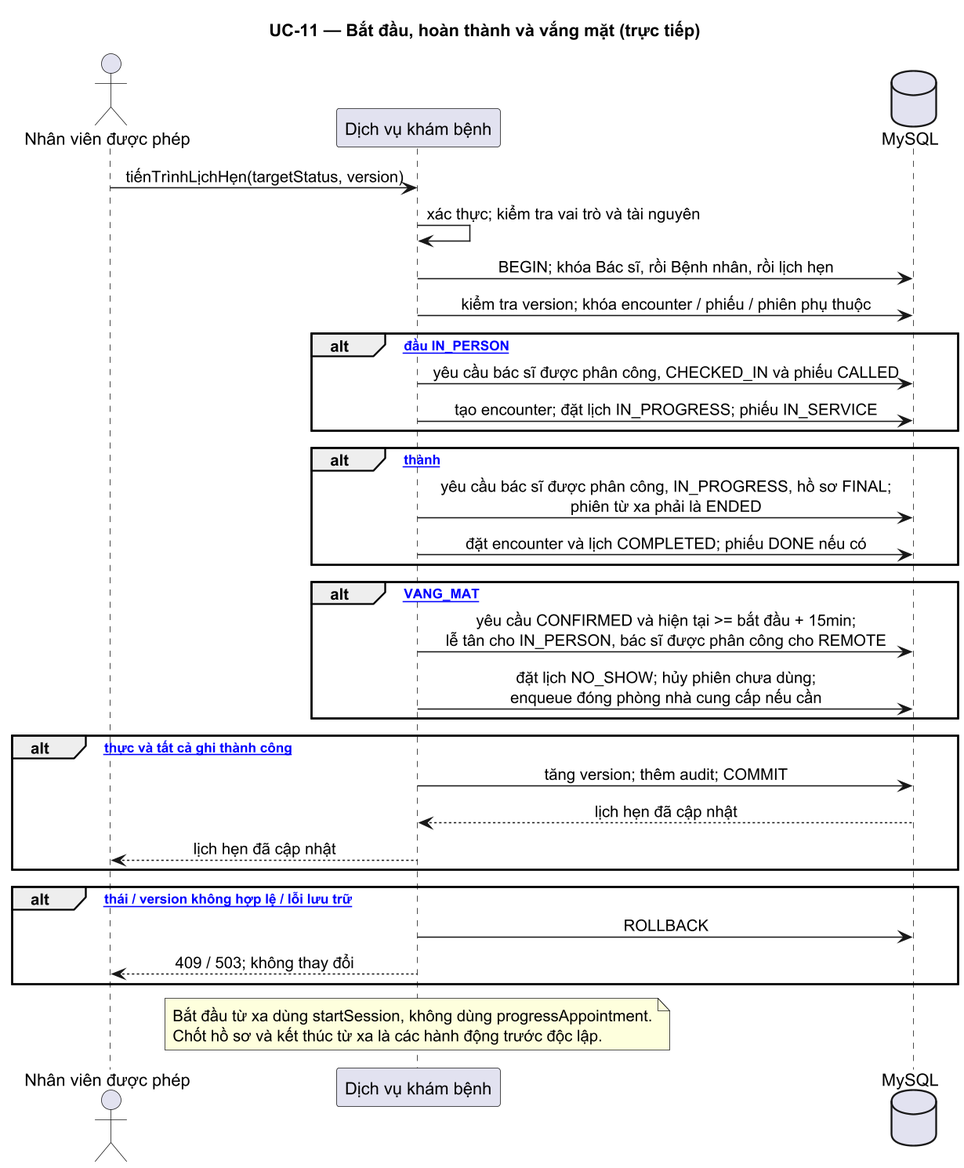
Above: docs/design/sequence-diagrams/consultation-progress.png in Samie32/SE-project (PlantUML), before the change. Source of this version:
```plantuml
@startuml consultation-progress
title UC-11 — Bắt đầu, hoàn thành và vắng mặt (trực tiếp)

skinparam sequenceMessageAlign center
skinparam responseMessageBelowArrow true
skinparam ParticipantPadding 10
skinparam BoxPadding 8
skinparam dpi 150

actor       "Nhân viên được phép"   as S
participant "Dịch vụ khám bệnh"    as SVC
database    "MySQL"                 as DB

S -> SVC : tiếnTrìnhLịchHẹn(targetStatus, version)
SVC -> SVC : xác thực; kiểm tra vai trò và tài nguyên
SVC -> DB : BEGIN; khóa Bác sĩ, rồi Bệnh nhân, rồi lịch hẹn
SVC -> DB : kiểm tra version; khóa encounter / phiếu / phiên phụ thuộc

alt [bắt đầu IN_PERSON]
  SVC -> DB : yêu cầu bác sĩ được phân công, CHECKED_IN và phiếu CALLED
  SVC -> DB : tạo encounter; đặt lịch IN_PROGRESS; phiếu IN_SERVICE
end

alt [hoàn thành]
  SVC -> DB : yêu cầu bác sĩ được phân công, IN_PROGRESS, hồ sơ FINAL;\nphiên từ xa phải là ENDED
  SVC -> DB : đặt encounter và lịch COMPLETED; phiếu DONE nếu có
end

alt [VANG_MAT]
  SVC -> DB : yêu cầu CONFIRMED và hiện tại >= bắt đầu + 15min;\nlễ tân cho IN_PERSON, bác sĩ được phân công cho REMOTE
  SVC -> DB : đặt lịch NO_SHOW; hủy phiên chưa dùng;\nenqueue đóng phòng nhà cung cấp nếu cần
end

alt [xác thực và tất cả ghi thành công]
  SVC -> DB : tăng version; thêm audit; COMMIT
  DB --> SVC : lịch hẹn đã cập nhật
  SVC --> S : lịch hẹn đã cập nhật
end

alt [trạng thái / version không hợp lệ / lỗi lưu trữ]
  SVC -> DB : ROLLBACK
  SVC --> S : 409 / 503; không thay đổi
end

note over SVC
  Bắt đầu từ xa dùng startSession, không dùng progressAppointment.
  Chốt hồ sơ và kết thúc từ xa là các hành động trước độc lập.
end note

@enduml
```
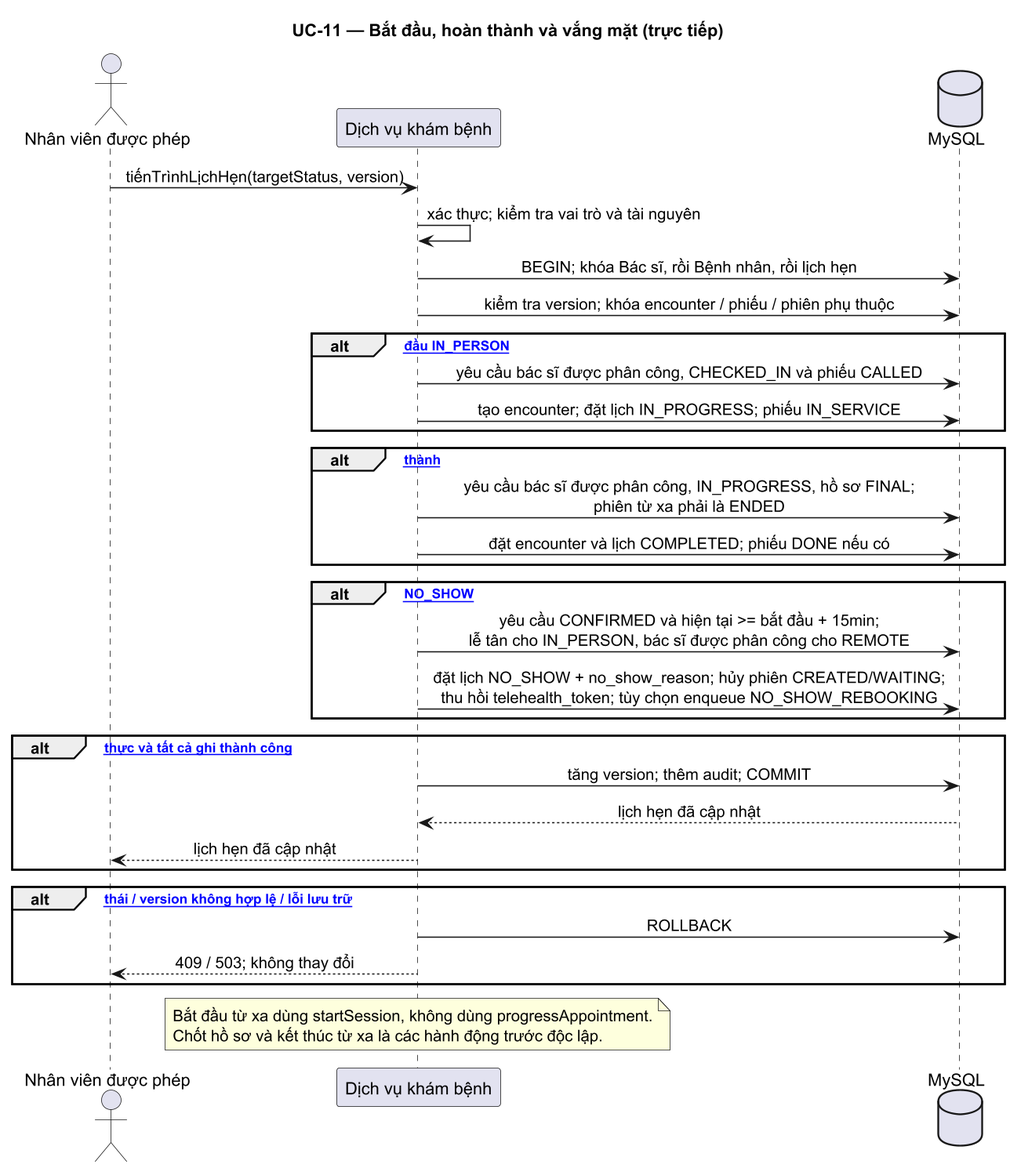
After the commit.

What changed in the source:
```diff
@@ -26,9 +26,9 @@
   SVC -> DB : đặt encounter và lịch COMPLETED; phiếu DONE nếu có
 end
 
-alt [VANG_MAT]
+alt [NO_SHOW]
   SVC -> DB : yêu cầu CONFIRMED và hiện tại >= bắt đầu + 15min;\nlễ tân cho IN_PERSON, bác sĩ được phân công cho REMOTE
-  SVC -> DB : đặt lịch NO_SHOW; hủy phiên chưa dùng;\nenqueue đóng phòng nhà cung cấp nếu cần
+  SVC -> DB : đặt lịch NO_SHOW + no_show_reason; hủy phiên CREATED/WAITING;\nthu hồi telehealth_token; tùy chọn enqueue NO_SHOW_REBOOKING
 end
 
 alt [xác thực và tất cả ghi thành công]
```
